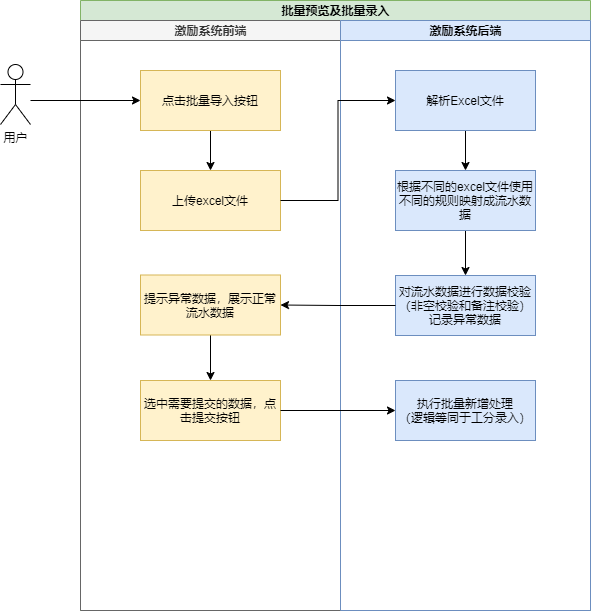
The draw.io diagram 批量预览及批量录入.png in julingpu/coffee, before a commit. Source tidied: cells renumbered, new cells last; positions are measured from the earlier drawing's top-left corner, leaving out a move shared by most shapes.
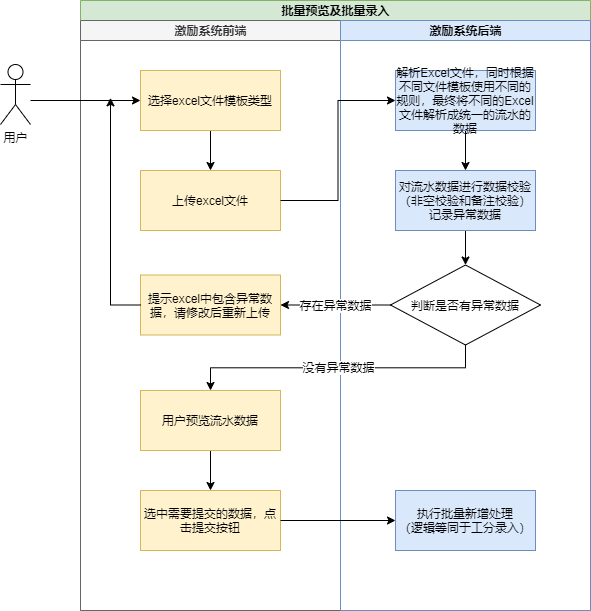
Above is the later version.

Commit message:
Update 批量预览及批量录入.png

What changed in the source:
```diff
@@ -16,42 +16,45 @@
     <mxCell id="5" style="edgeStyle=orthogonalEdgeStyle;rounded=0;jettySize=auto;html=1;exitX=0.5;exitY=1;exitDx=0;exitDy=0;" parent="3" edge="1" source="6" target="7">
       <mxGeometry relative="1" as="geometry" />
     </mxCell>
-    <mxCell id="6" value="点击批量导入按钮" style="rounded=0;whiteSpace=wrap;html=1;fontFamily=Helvetica;fontSize=12;align=center;fillColor=#fff2cc;strokeColor=#d6b656;" parent="3" vertex="1">
+    <mxCell id="6" value="选择excel文件模板类型" style="rounded=0;whiteSpace=wrap;html=1;fontFamily=Helvetica;fontSize=12;align=center;fillColor=#fff2cc;strokeColor=#d6b656;" parent="3" vertex="1">
       <mxGeometry x="60" y="50" width="140" height="60" as="geometry" />
     </mxCell>
     <mxCell id="7" value="上传excel文件" style="rounded=0;whiteSpace=wrap;html=1;fontFamily=Helvetica;fontSize=12;align=center;fillColor=#fff2cc;strokeColor=#d6b656;" parent="3" vertex="1">
       <mxGeometry x="60" y="150" width="140" height="60" as="geometry" />
     </mxCell>
-    <mxCell id="8" style="edgeStyle=orthogonalEdgeStyle;rounded=0;jettySize=auto;html=1;exitX=0.5;exitY=1;exitDx=0;exitDy=0;" parent="3" edge="1" source="9" target="10">
-      <mxGeometry relative="1" as="geometry" />
-    </mxCell>
-    <mxCell id="9" value="提示异常数据，展示正常流水数据" style="rounded=0;whiteSpace=wrap;html=1;fontFamily=Helvetica;fontSize=12;align=center;fillColor=#fff2cc;strokeColor=#d6b656;" parent="3" vertex="1">
+    <mxCell id="9" value="提示excel中包含异常数据，请修改后重新上传" style="rounded=0;whiteSpace=wrap;html=1;fontFamily=Helvetica;fontSize=12;align=center;fillColor=#fff2cc;strokeColor=#d6b656;" parent="3" vertex="1">
       <mxGeometry x="60" y="254.5" width="140" height="60" as="geometry" />
     </mxCell>
     <mxCell id="10" value="选中需要提交的数据，点击提交按钮" style="rounded=0;whiteSpace=wrap;html=1;fontFamily=Helvetica;fontSize=12;align=center;fillColor=#fff2cc;strokeColor=#d6b656;" parent="3" vertex="1">
-      <mxGeometry x="60" y="360" width="140" height="60" as="geometry" />
+      <mxGeometry x="60" y="470" width="140" height="60" as="geometry" />
     </mxCell>
+    <mxCell id="25" style="edgeStyle=orthogonalEdgeStyle;rounded=0;jettySize=auto;html=1;exitX=0.5;exitY=1;exitDx=0;exitDy=0;entryX=0.5;entryY=0;entryDx=0;entryDy=0;" parent="3" edge="1" source="26" target="10">
+      <mxGeometry relative="1" as="geometry" />
+    </mxCell>
+    <mxCell id="26" value="用户预览流水数据" style="rounded=0;whiteSpace=wrap;html=1;fontFamily=Helvetica;fontSize=12;align=center;fillColor=#fff2cc;strokeColor=#d6b656;" parent="3" vertex="1">
+      <mxGeometry x="60" y="370" width="140" height="60" as="geometry" />
+    </mxCell>
     <mxCell id="11" value="激励系统后端" style="swimlane;html=1;startSize=20;fillColor=#dae8fc;strokeColor=#6c8ebf;" parent="2" vertex="1">
       <mxGeometry x="260" y="20" width="250" height="590" as="geometry" />
     </mxCell>
-    <mxCell id="12" style="edgeStyle=orthogonalEdgeStyle;rounded=0;jettySize=auto;html=1;exitX=0.5;exitY=1;exitDx=0;exitDy=0;entryX=0.5;entryY=0;entryDx=0;entryDy=0;" parent="11" edge="1" source="13" target="15">
-      <mxGeometry relative="1" as="geometry" />
-    </mxCell>
+    <mxCell id="27" style="edgeStyle=orthogonalEdgeStyle;rounded=0;jettySize=auto;html=1;entryX=0.5;entryY=0;entryDx=0;entryDy=0;" parent="11" edge="1" source="13" target="16">
+      <mxGeometry relative="1" as="geometry" />
+    </mxCell>
-    <mxCell id="13" value="解析Excel文件" style="rounded=0;whiteSpace=wrap;html=1;fontFamily=Helvetica;fontSize=12;align=center;fillColor=#dae8fc;strokeColor=#6c8ebf;" parent="11" vertex="1">
+    <mxCell id="13" value="解析Excel文件，同时根据不同文件模板使用不同的规则，最终将不同的Excel文件解析成统一的流水的数据" style="rounded=0;whiteSpace=wrap;html=1;fontFamily=Helvetica;fontSize=12;align=center;fillColor=#dae8fc;strokeColor=#6c8ebf;" parent="11" vertex="1">
       <mxGeometry x="55" y="50" width="140" height="60" as="geometry" />
     </mxCell>
-    <mxCell id="14" style="edgeStyle=orthogonalEdgeStyle;rounded=0;jettySize=auto;html=1;exitX=0.5;exitY=1;exitDx=0;exitDy=0;entryX=0.5;entryY=0;entryDx=0;entryDy=0;" parent="11" edge="1" source="15" target="16">
-      <mxGeometry relative="1" as="geometry" />
-    </mxCell>
-    <mxCell id="15" value="根据不同的excel文件使用不同的规则映射成流水数据" style="rounded=0;whiteSpace=wrap;html=1;fontFamily=Helvetica;fontSize=12;align=center;fillColor=#dae8fc;strokeColor=#6c8ebf;" parent="11" vertex="1">
-      <mxGeometry x="55" y="150" width="140" height="60" as="geometry" />
-    </mxCell>
+    <mxCell id="28" style="edgeStyle=orthogonalEdgeStyle;rounded=0;jettySize=auto;html=1;exitX=0.5;exitY=1;exitDx=0;exitDy=0;entryX=0.5;entryY=0;entryDx=0;entryDy=0;" parent="11" edge="1" source="16" target="29">
+      <mxGeometry relative="1" as="geometry" />
+    </mxCell>
     <mxCell id="16" value="对流水数据进行数据校验&lt;br&gt;（非空校验和备注校验）记录异常数据" style="rounded=0;whiteSpace=wrap;html=1;fontFamily=Helvetica;fontSize=12;align=center;fillColor=#dae8fc;strokeColor=#6c8ebf;" parent="11" vertex="1">
-      <mxGeometry x="55" y="255" width="140" height="60" as="geometry" />
+      <mxGeometry x="55" y="150" width="140" height="60" as="geometry" />
     </mxCell>
     <mxCell id="17" value="执行批量新增处理&lt;br&gt;（逻辑等同于工分录入）" style="rounded=0;whiteSpace=wrap;html=1;fontFamily=Helvetica;fontSize=12;align=center;fillColor=#dae8fc;strokeColor=#6c8ebf;" parent="11" vertex="1">
-      <mxGeometry x="55" y="360" width="140" height="60" as="geometry" />
+      <mxGeometry x="55" y="470" width="140" height="60" as="geometry" />
     </mxCell>
+    <mxCell id="29" value="判断是否有异常数据" style="rhombus;whiteSpace=wrap;html=1;" parent="11" vertex="1">
+      <mxGeometry x="50" y="244.5" width="150" height="80" as="geometry" />
+    </mxCell>
     <mxCell id="18" style="edgeStyle=orthogonalEdgeStyle;rounded=0;orthogonalLoop=1;jettySize=auto;html=1;exitX=1;exitY=0.5;exitDx=0;exitDy=0;entryX=0;entryY=0.5;entryDx=0;entryDy=0;" parent="2" edge="1">
       <mxGeometry relative="1" as="geometry">
         <mxPoint x="455" y="310" as="sourcePoint" />
@@ -63,12 +66,15 @@
     <mxCell id="20" style="edgeStyle=orthogonalEdgeStyle;rounded=0;jettySize=auto;html=1;exitX=1;exitY=0.5;exitDx=0;exitDy=0;entryX=0;entryY=0.5;entryDx=0;entryDy=0;" parent="2" edge="1" source="7" target="13">
       <mxGeometry relative="1" as="geometry" />
     </mxCell>
-    <mxCell id="21" style="edgeStyle=orthogonalEdgeStyle;rounded=0;jettySize=auto;html=1;exitX=0;exitY=0.5;exitDx=0;exitDy=0;entryX=1;entryY=0.5;entryDx=0;entryDy=0;" parent="2" edge="1" source="16" target="9">
-      <mxGeometry relative="1" as="geometry" />
-    </mxCell>
     <mxCell id="22" style="edgeStyle=orthogonalEdgeStyle;rounded=0;jettySize=auto;html=1;exitX=1;exitY=0.5;exitDx=0;exitDy=0;entryX=0;entryY=0.5;entryDx=0;entryDy=0;" parent="2" edge="1" source="10" target="17">
       <mxGeometry relative="1" as="geometry" />
     </mxCell>
+    <mxCell id="30" value="存在异常数据" style="edgeStyle=orthogonalEdgeStyle;rounded=0;jettySize=auto;html=1;exitX=0;exitY=0.5;exitDx=0;exitDy=0;" parent="2" edge="1" source="29" target="9">
+      <mxGeometry relative="1" as="geometry" />
+    </mxCell>
+    <mxCell id="31" value="没有异常数据" style="edgeStyle=orthogonalEdgeStyle;rounded=0;jettySize=auto;html=1;exitX=0.5;exitY=1;exitDx=0;exitDy=0;entryX=0.5;entryY=0;entryDx=0;entryDy=0;" parent="2" edge="1" source="29" target="26">
+      <mxGeometry relative="1" as="geometry" />
+    </mxCell>
     <mxCell id="23" style="edgeStyle=orthogonalEdgeStyle;rounded=0;jettySize=auto;html=1;entryX=0;entryY=0.5;entryDx=0;entryDy=0;" parent="1" edge="1" target="6">
       <mxGeometry relative="1" as="geometry">
         <mxPoint x="30" y="100" as="sourcePoint" />
@@ -77,5 +83,10 @@
     <mxCell id="24" value="用户" style="shape=umlActor;verticalLabelPosition=bottom;verticalAlign=top;html=1;" parent="1" vertex="1">
       <mxGeometry y="64" width="30" height="60" as="geometry" />
     </mxCell>
+    <mxCell id="32" style="edgeStyle=orthogonalEdgeStyle;rounded=0;jettySize=auto;html=1;exitX=0;exitY=0.5;exitDx=0;exitDy=0;" parent="1" edge="1" source="9">
+      <mxGeometry relative="1" as="geometry">
+        <mxPoint x="110" y="97.3" as="targetPoint" />
+      </mxGeometry>
+    </mxCell>
   </root>
 </mxGraphModel>
```
